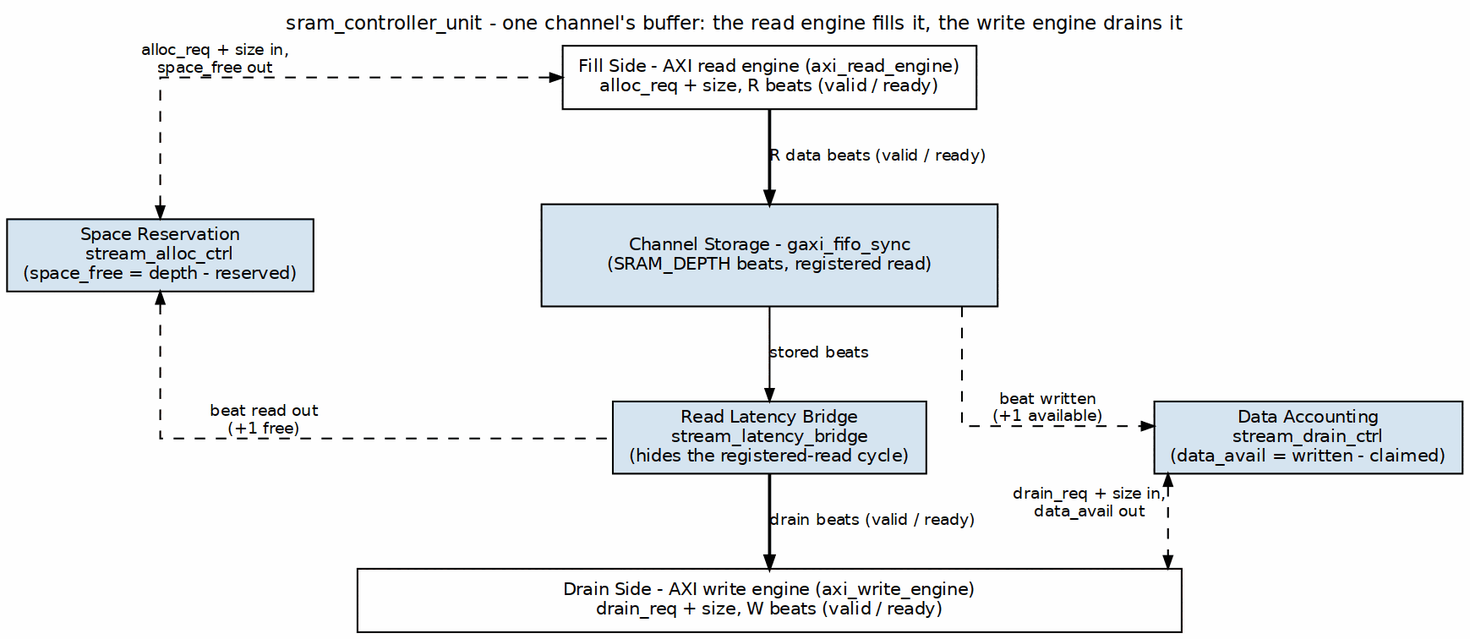
Before: projects/components/dma-ip/stream/docs/stream_mas/assets/graphviz/06_sram_controller_unit.png, a diagram exported from Graphviz (sean-galloway/RTLDesignSherpa). Its source is kept beside it as projects/components/dma-ip/stream/docs/stream_mas/assets/graphviz/06_sram_controller_unit.dot. Its diagram source:
```dot
digraph sram_controller_unit {
    graph [rankdir=TB, bgcolor="white", fontname="Helvetica", fontsize=11,
           nodesep="0.90", ranksep="0.60", splines=ortho,
           label="sram_controller_unit - one channel's buffer: the read engine fills it, the write engine drains it", labelloc=t, labeljust=c];
    node  [fontname="Helvetica", fontsize=10, shape=box, style=filled,
           fillcolor="#D6E4F0", color="black", margin="0.12,0.06"];
    edge  [fontname="Helvetica", fontsize=9, color="black", arrowsize=0.7];

    wr    [label="Fill Side - AXI read engine (axi_read_engine)\nalloc_req + size, R beats (valid / ready)", fillcolor="white", group=C];
    alloc [label="Space Reservation\nstream_alloc_ctrl\n(space_free = depth - reserved)", group=L];
    fifo  [label="Channel Storage - gaxi_fifo_sync\n(SRAM_DEPTH beats, registered read)", width=3.6, height=0.8, group=C];
    drain [label="Data Accounting\nstream_drain_ctrl\n(data_avail = written - claimed)", group=R];
    lb    [label="Read Latency Bridge\nstream_latency_bridge\n(hides the registered-read cycle)", group=C];
    rd    [label="Drain Side - AXI write engine (axi_write_engine)\ndrain_req + size, W beats (valid / ready)", fillcolor="white", width=6.5, group=C];

    wr    -> fifo  [label="R data beats (valid / ready)", penwidth=1.8];
    alloc -> wr    [dir=both, style=dashed, xlabel="alloc_req + size in,\nspace_free out"];
    fifo  -> lb    [label="stored beats"];
    fifo  -> drain [style=dashed, xlabel="beat written\n(+1 available)"];
    alloc -> lb    [dir=back, style=dashed, xlabel="beat read out\n(+1 free)"];
    lb    -> rd    [label="drain beats (valid / ready)", penwidth=1.8];
    drain -> rd    [dir=both, style=dashed, xlabel="drain_req + size in,\ndata_avail out"];

    { rank=same; alloc; fifo; }
    alloc -> fifo [style=invis];
    { rank=same; lb; drain; }
    lb -> drain [style=invis];
}
```
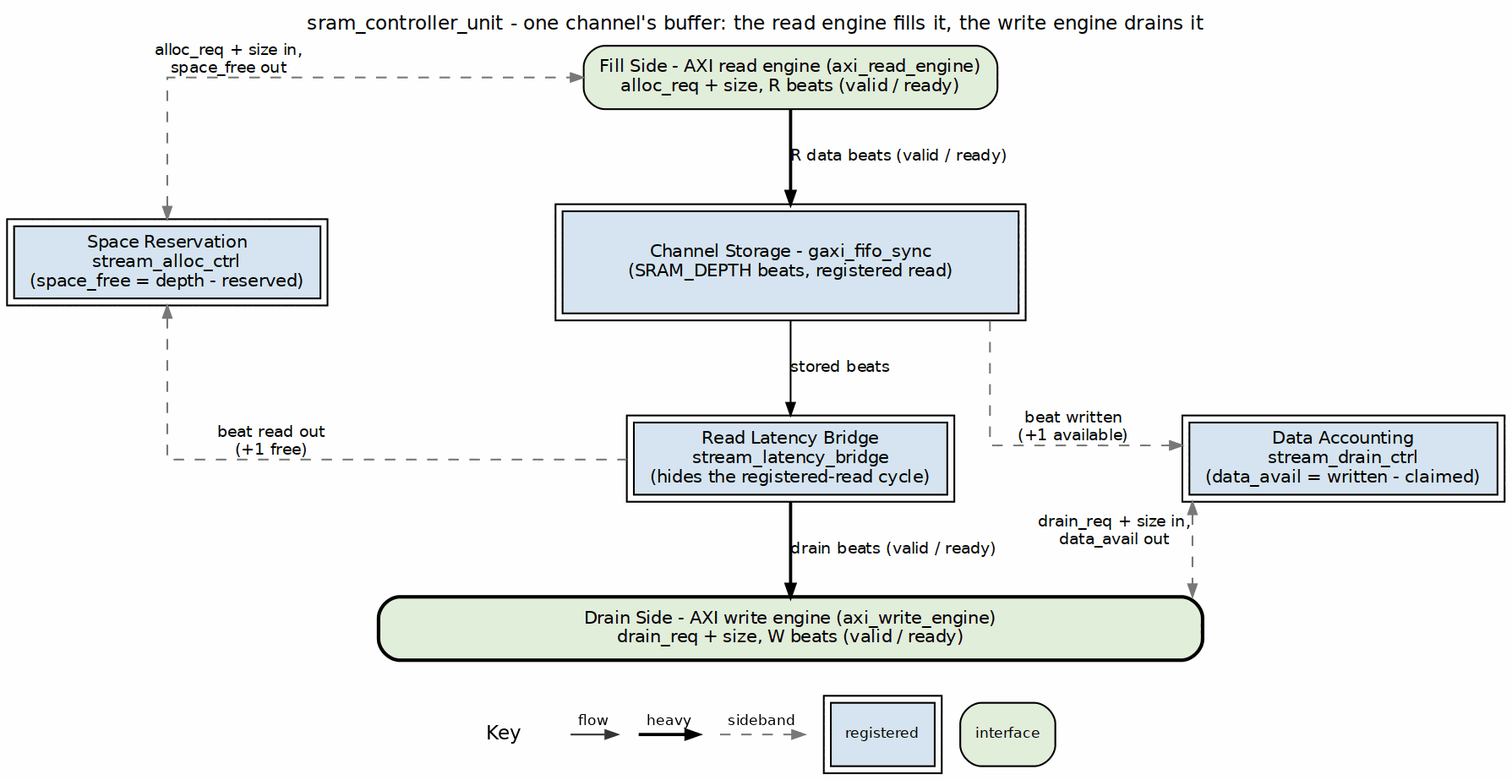
Above is the later version.

Change to the diagram source:
```diff
@@ -3,23 +3,23 @@
            nodesep="0.90", ranksep="0.60", splines=ortho,
            label="sram_controller_unit - one channel's buffer: the read engine fills it, the write engine drains it", labelloc=t, labeljust=c];
     node  [fontname="Helvetica", fontsize=10, shape=box, style=filled,
-           fillcolor="#D6E4F0", color="black", margin="0.12,0.06"];
+           fillcolor="white", color="black", margin="0.12,0.06"];
     edge  [fontname="Helvetica", fontsize=9, color="black", arrowsize=0.7];
 
-    wr    [label="Fill Side - AXI read engine (axi_read_engine)\nalloc_req + size, R beats (valid / ready)", fillcolor="white", group=C];
-    alloc [label="Space Reservation\nstream_alloc_ctrl\n(space_free = depth - reserved)", group=L];
-    fifo  [label="Channel Storage - gaxi_fifo_sync\n(SRAM_DEPTH beats, registered read)", width=3.6, height=0.8, group=C];
-    drain [label="Data Accounting\nstream_drain_ctrl\n(data_avail = written - claimed)", group=R];
-    lb    [label="Read Latency Bridge\nstream_latency_bridge\n(hides the registered-read cycle)", group=C];
-    rd    [label="Drain Side - AXI write engine (axi_write_engine)\ndrain_req + size, W beats (valid / ready)", fillcolor="white", width=6.5, group=C];
+    wr    [label="Fill Side - AXI read engine (axi_read_engine)\nalloc_req + size, R beats (valid / ready)", fillcolor="white", group=C, style="rounded,filled", fillcolor="#E2EFDA"];
+    alloc [label="Space Reservation\nstream_alloc_ctrl\n(space_free = depth - reserved)", group=L, peripheries=2, style="filled", fillcolor="#D6E4F0"];
+    fifo  [label="Channel Storage - gaxi_fifo_sync\n(SRAM_DEPTH beats, registered read)", width=3.6, height=0.8, group=C, peripheries=2, style="filled", fillcolor="#D6E4F0"];
+    drain [label="Data Accounting\nstream_drain_ctrl\n(data_avail = written - claimed)", group=R, peripheries=2, style="filled", fillcolor="#D6E4F0"];
+    lb    [label="Read Latency Bridge\nstream_latency_bridge\n(hides the registered-read cycle)", group=C, peripheries=2, style="filled", fillcolor="#D6E4F0"];
+    rd    [label="Drain Side - AXI write engine (axi_write_engine)\ndrain_req + size, W beats (valid / ready)", fillcolor="white", width=6.5, group=C, style="rounded,filled,bold", fillcolor="#E2EFDA"];
 
     wr    -> fifo  [label="R data beats (valid / ready)", penwidth=1.8];
-    alloc -> wr    [dir=both, style=dashed, xlabel="alloc_req + size in,\nspace_free out"];
+    alloc -> wr    [dir=both, style=dashed, color="#777777", xlabel="alloc_req + size in,\nspace_free out"];
     fifo  -> lb    [label="stored beats"];
-    fifo  -> drain [style=dashed, xlabel="beat written\n(+1 available)"];
-    alloc -> lb    [dir=back, style=dashed, xlabel="beat read out\n(+1 free)"];
+    fifo  -> drain [style=dashed, color="#777777", xlabel="beat written\n(+1 available)"];
+    alloc -> lb    [dir=back, style=dashed, color="#777777", xlabel="beat read out\n(+1 free)"];
     lb    -> rd    [label="drain beats (valid / ready)", penwidth=1.8];
-    drain -> rd    [dir=both, style=dashed, xlabel="drain_req + size in,\ndata_avail out"];
+    drain -> rd    [dir=both, style=dashed, color="#777777", xlabel="drain_req + size in,\ndata_avail out"];
 
     { rank=same; alloc; fifo; }
     alloc -> fifo [style=invis];
```
